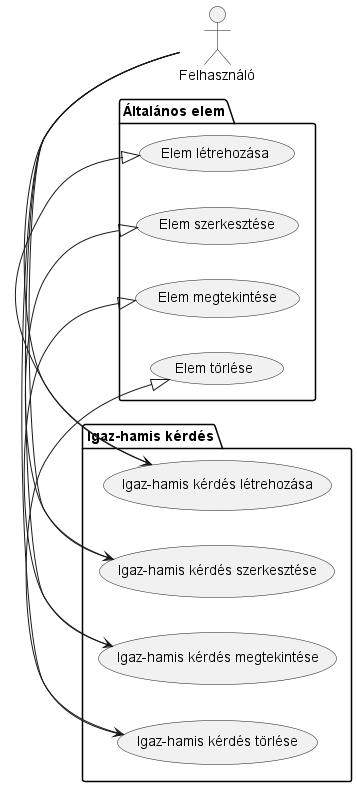
Earlier version of the PlantUML export DiplomatervSablon_LaTeX_v1/figures/TrueFalseQuestion Diagram.png (LaciProg/Szakdolgozat).
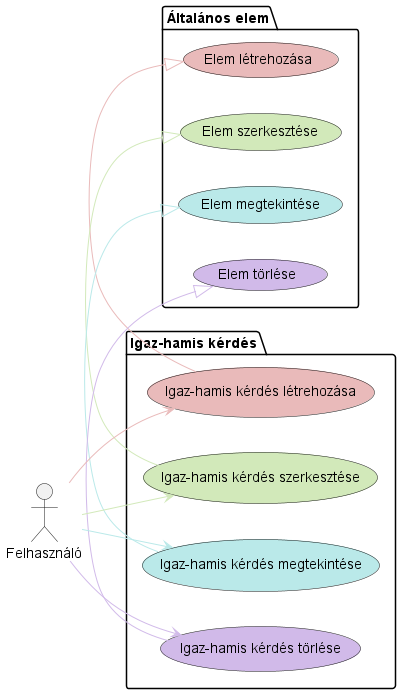
Later version of the same file.

Change to the diagram source:
```diff
@@ -5,27 +5,27 @@
 actor Felhasználó
 
 package "Általános elem" {
-    usecase "Elem létrehozása" as CreateElement
-    usecase "Elem szerkesztése" as EditElement
-    usecase "Elem megtekintése" as ViewElement
-    usecase "Elem törlése" as DeleteElement
+    usecase "Elem létrehozása" as CreateElement #E9BABA
+    usecase "Elem szerkesztése" as EditElement #D2E9BA
+    usecase "Elem megtekintése" as ViewElement #BAE9E9
+    usecase "Elem törlése" as DeleteElement #D1BAE9
 }
 
 package "Igaz-hamis kérdés" {
-    usecase "Igaz-hamis kérdés létrehozása" as CreateTrueFalseQuestion
-    usecase "Igaz-hamis kérdés szerkesztése" as EditTrueFalseQuestion
-    usecase "Igaz-hamis kérdés megtekintése" as ViewTrueFalseQuestion
-    usecase "Igaz-hamis kérdés törlése" as DeleteTrueFalseQuestion
+    usecase "Igaz-hamis kérdés létrehozása" as CreateTrueFalseQuestion #E9BABA
+    usecase "Igaz-hamis kérdés szerkesztése" as EditTrueFalseQuestion #D2E9BA
+    usecase "Igaz-hamis kérdés megtekintése" as ViewTrueFalseQuestion #BAE9E9
+    usecase "Igaz-hamis kérdés törlése" as DeleteTrueFalseQuestion #D1BAE9
 
-    CreateTrueFalseQuestion -|> CreateElement
-    EditTrueFalseQuestion -|> EditElement
-    ViewTrueFalseQuestion -|> ViewElement
-    DeleteTrueFalseQuestion -|> DeleteElement
+    CreateTrueFalseQuestion -[#E9BABA]|> CreateElement
+    EditTrueFalseQuestion -[#D2E9BA]|> EditElement
+    ViewTrueFalseQuestion -[#BAE9E9]|> ViewElement
+    DeleteTrueFalseQuestion -[#D1BAE9]|> DeleteElement
 }
 
-Felhasználó -> CreateTrueFalseQuestion
-Felhasználó -> EditTrueFalseQuestion
-Felhasználó -> ViewTrueFalseQuestion
-Felhasználó -> DeleteTrueFalseQuestion
+Felhasználó -[#E9BABA]-> CreateTrueFalseQuestion
+Felhasználó -[#D2E9BA]-> EditTrueFalseQuestion
+Felhasználó -[#BAE9E9]-> ViewTrueFalseQuestion
+Felhasználó -[#D1BAE9]-> DeleteTrueFalseQuestion
 
 @enduml
```
